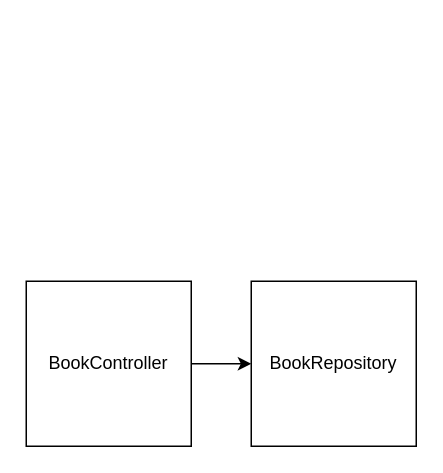
Above: design.dio in omix222/ddd_springboot (draw.io), before the change. Source tidied: cells renumbered, new cells numbered last; positions are measured from the earlier drawing's top-left corner, leaving out a move shared by most shapes. Both pictures are drawn from the tidied source at 150%, with x=0, y=0 at pixel (26, 280).
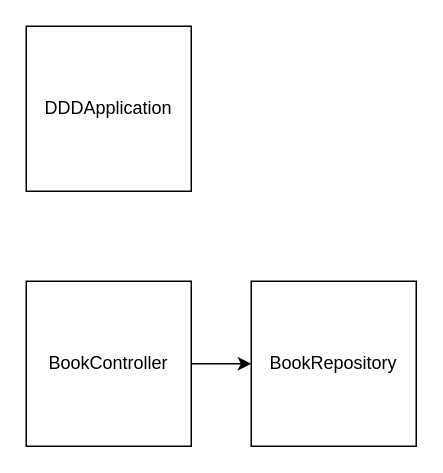
After the change.

Diff of the diagram source:
```diff
@@
 <mxGraphModel>
   <root>
     <mxCell id="0" />
     <mxCell id="1" parent="0" />
     <mxCell id="2" value="BookController" style="whiteSpace=wrap;html=1;" parent="1" vertex="1">
       <mxGeometry width="110" height="110" as="geometry" />
     </mxCell>
     <mxCell id="3" value="BookRepository" style="whiteSpace=wrap;html=1;" parent="1" vertex="1">
       <mxGeometry x="150" width="110" height="110" as="geometry" />
     </mxCell>
     <mxCell id="4" style="endArrow=classic;html=1;exitX=1;exitY=0.5;exitDx=0;exitDy=0;entryX=0;entryY=0.5;entryDx=0;entryDy=0;" parent="1" edge="1" source="2" target="3">
       <mxGeometry relative="1" as="geometry" />
     </mxCell>
+    <mxCell id="5" value="DDDApplication" style="whiteSpace=wrap;html=1;" parent="1" vertex="1">
+      <mxGeometry y="-170" width="110" height="110" as="geometry" />
+    </mxCell>
   </root>
 </mxGraphModel>
```
